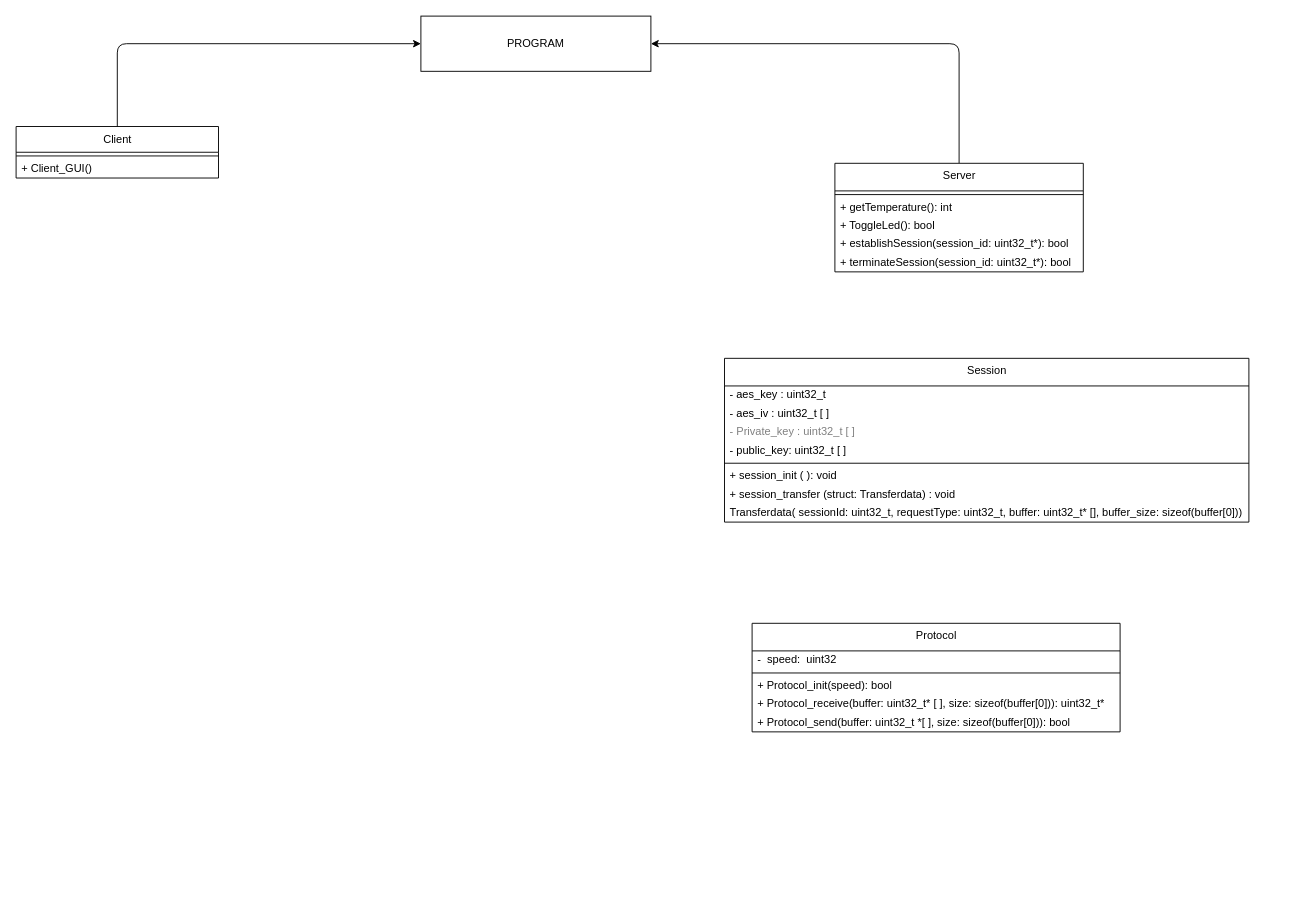
The draw.io diagram docs/diagram.drawio in nkkyviv/Security, before the edit. Source tidied: cells renumbered, new cells numbered last; positions are measured from the earlier drawing's top-left corner, leaving out a move shared by most shapes. Both pictures are drawn from the tidied source at 92%, with x=0, y=0 at pixel (16, 16).
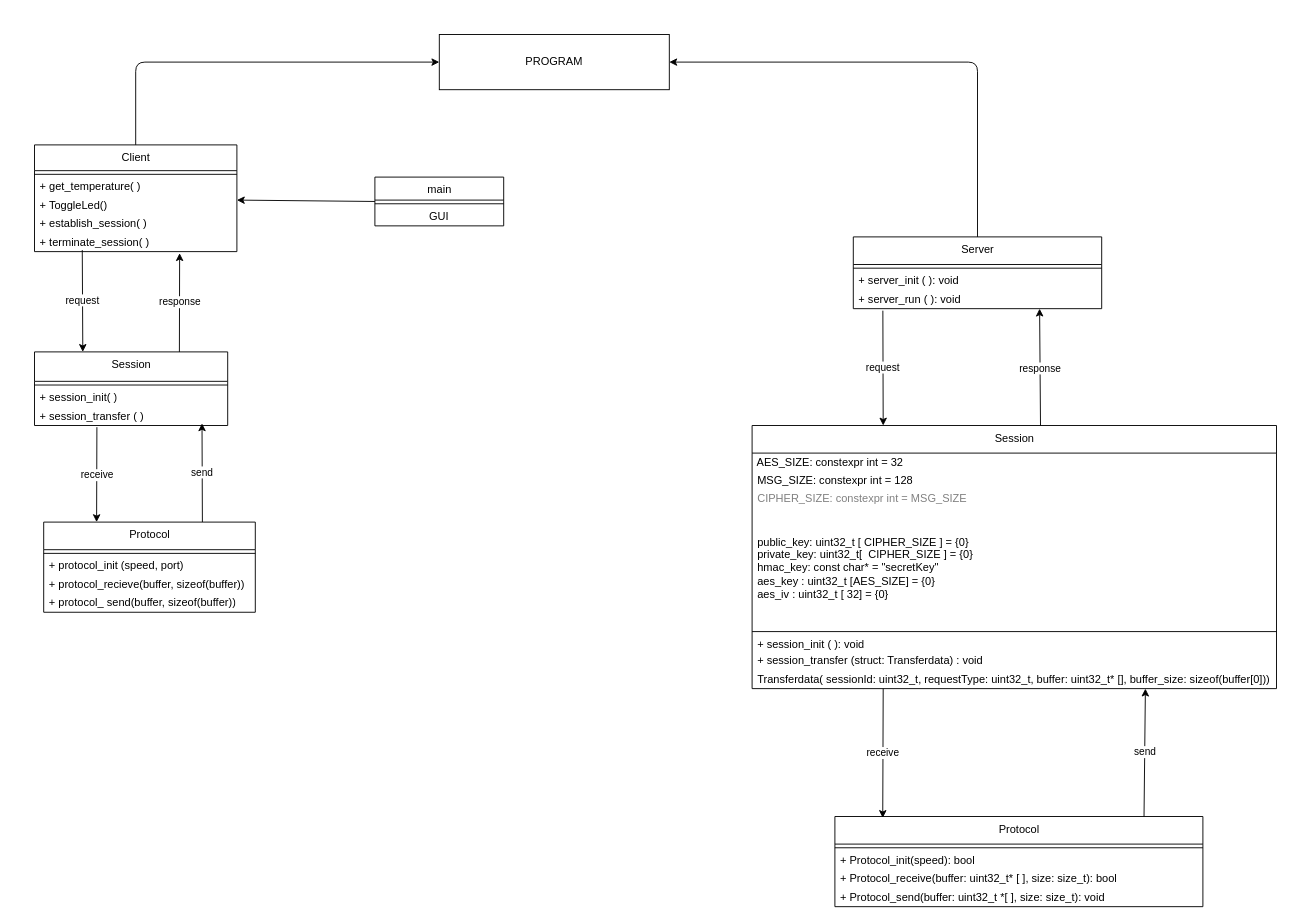
The same diagram, later.

Commit message:
completed my design and requirments

Change to the diagram source:
```diff
@@
+    <mxCell id="24" value="send" style="edgeStyle=none;html=1;exitX=0.75;exitY=0;exitDx=0;exitDy=0;entryX=0.867;entryY=0.884;entryDx=0;entryDy=0;entryPerimeter=0;" parent="1" edge="1">
+      <mxGeometry relative="1" as="geometry" />
+    </mxCell>
+    <mxCell id="25" value="request" style="edgeStyle=none;html=1;exitX=0.236;exitY=0.917;exitDx=0;exitDy=0;entryX=0.25;entryY=0;entryDx=0;entryDy=0;exitPerimeter=0;" parent="1" edge="1">
+      <mxGeometry relative="1" as="geometry" />
+    </mxCell>
+    <mxCell id="23" value="receive" style="edgeStyle=none;html=1;exitX=0.323;exitY=1.092;exitDx=0;exitDy=0;entryX=0.25;entryY=0;entryDx=0;entryDy=0;exitPerimeter=0;" parent="1" edge="1">
+      <mxGeometry relative="1" as="geometry" />
+    </mxCell>
+    <mxCell id="22" value="response" style="edgeStyle=none;html=1;exitX=0.75;exitY=0;exitDx=0;exitDy=0;entryX=0.717;entryY=1.084;entryDx=0;entryDy=0;entryPerimeter=0;" parent="1" edge="1">
+      <mxGeometry relative="1" as="geometry" />
+    </mxCell>
+    <mxCell id="29" value="Protocol" style="swimlane;fontStyle=0;align=center;verticalAlign=top;horizontal=1;startSize=30;html=1;" parent="1" vertex="1">
+      <mxGeometry x="890" y="870" width="400" height="98" as="geometry" />
+    </mxCell>
+    <mxCell id="30" style="line;strokeWidth=1;fillColor=none;align=left;verticalAlign=middle;spacingTop=-1;spacingLeft=3;spacingRight=3;labelPosition=right;" parent="29" vertex="1">
+      <mxGeometry y="30" width="400" height="8" as="geometry" />
+    </mxCell>
+    <mxCell id="12" value="+ Protocol_init(speed): bool" style="text;html=1;strokeColor=none;fillColor=none;align=left;verticalAlign=middle;spacingLeft=4;spacingRight=4;overflow=hidden;" parent="29" vertex="1">
+      <mxGeometry y="38" width="400" height="20" as="geometry" />
+    </mxCell>
+    <mxCell id="31" value="+ Protocol_receive(buffer: uint32_t* [ ], size: size_t): bool" style="text;html=1;strokeColor=none;fillColor=none;align=left;verticalAlign=middle;spacingLeft=4;spacingRight=4;overflow=hidden;" parent="29" vertex="1">
+      <mxGeometry y="58" width="400" height="20" as="geometry" />
+    </mxCell>
+    <mxCell id="32" value="+ Protocol_send(buffer: uint32_t *[ ], size: size_t): void" style="text;html=1;strokeColor=none;fillColor=none;align=left;verticalAlign=middle;spacingLeft=4;spacingRight=4;overflow=hidden;" parent="29" vertex="1">
+      <mxGeometry y="78" width="400" height="20" as="geometry" />
+    </mxCell>
     <mxCell id="2" style="edgeStyle=none;html=1;exitX=0.5;exitY=0;exitDx=0;exitDy=0;entryX=1;entryY=0.5;entryDx=0;entryDy=0;" parent="1" edge="1" source="3" target="15">
       <mxGeometry relative="1" as="geometry">
         <Array as="points">
-          <mxPoint x="1025" y="30" />
+          <mxPoint x="1045" y="50" />
         </Array>
       </mxGeometry>
     </mxCell>
+    <mxCell id="33" value="response" style="edgeStyle=none;html=1;exitX=0.55;exitY=0.006;exitDx=0;exitDy=0;entryX=0.75;entryY=1;entryDx=0;entryDy=0;exitPerimeter=0;" parent="1" edge="1" source="20" target="3">
+      <mxGeometry relative="1" as="geometry" />
+    </mxCell>
     <mxCell id="3" value="Server" style="swimlane;fontStyle=0;align=center;verticalAlign=top;horizontal=1;startSize=30;html=1;" parent="1" vertex="1">
-      <mxGeometry x="890" y="160" width="270" height="118" as="geometry" />
+      <mxGeometry x="910" y="240" width="270" height="78" as="geometry" />
     </mxCell>
@@
-    <mxCell id="5" value="+ getTemperature(): int" style="text;html=1;strokeColor=none;fillColor=none;align=left;verticalAlign=middle;spacingLeft=4;spacingRight=4;overflow=hidden;" parent="3" vertex="1">
-      <mxGeometry y="38" width="270" height="20" as="geometry" />
-    </mxCell>
-    <mxCell id="6" value="+ ToggleLed(): bool" style="text;html=1;strokeColor=none;fillColor=none;align=left;verticalAlign=middle;spacingLeft=4;spacingRight=4;overflow=hidden;" parent="3" vertex="1">
-      <mxGeometry y="58" width="270" height="20" as="geometry" />
-    </mxCell>
-    <mxCell id="7" value="+ establishSession(session_id: uint32_t*): bool" style="text;html=1;strokeColor=none;fillColor=none;align=left;verticalAlign=middle;spacingLeft=4;spacingRight=4;overflow=hidden;" parent="3" vertex="1">
-      <mxGeometry y="78" width="270" height="20" as="geometry" />
-    </mxCell>
-    <mxCell id="8" value="+ terminateSession(session_id: uint32_t*): bool" style="text;html=1;strokeColor=none;fillColor=none;align=left;verticalAlign=middle;spacingLeft=4;spacingRight=4;overflow=hidden;" parent="3" vertex="1">
-      <mxGeometry y="98" width="270" height="20" as="geometry" />
-    </mxCell>
-    <mxCell id="9" value="Protocol" style="swimlane;fontStyle=0;align=center;verticalAlign=top;horizontal=1;startSize=30;html=1;" parent="1" vertex="1">
-      <mxGeometry x="800" y="660" width="400" height="118" as="geometry" />
-    </mxCell>
-    <mxCell id="10" value="-&amp;nbsp; speed:&amp;nbsp; uint32" style="text;html=1;strokeColor=none;fillColor=none;align=left;verticalAlign=middle;spacingLeft=4;spacingRight=4;overflow=hidden;" parent="9" vertex="1">
-      <mxGeometry y="30" width="400" height="20" as="geometry" />
-    </mxCell>
-    <mxCell id="11" style="line;strokeWidth=1;fillColor=none;align=left;verticalAlign=middle;spacingTop=-1;spacingLeft=3;spacingRight=3;labelPosition=right;" parent="9" vertex="1">
-      <mxGeometry y="50" width="400" height="8" as="geometry" />
-    </mxCell>
-    <mxCell id="12" value="+ Protocol_init(speed): bool" style="text;html=1;strokeColor=none;fillColor=none;align=left;verticalAlign=middle;spacingLeft=4;spacingRight=4;overflow=hidden;" parent="9" vertex="1">
-      <mxGeometry y="58" width="400" height="20" as="geometry" />
-    </mxCell>
-    <mxCell id="13" value="+ Protocol_receive(buffer: uint32_t* [ ], size: sizeof(buffer[0])): uint32_t*" style="text;html=1;strokeColor=none;fillColor=none;align=left;verticalAlign=middle;spacingLeft=4;spacingRight=4;overflow=hidden;" parent="9" vertex="1">
-      <mxGeometry y="78" width="400" height="20" as="geometry" />
-    </mxCell>
-    <mxCell id="14" value="+ Protocol_send(buffer: uint32_t *[ ], size: sizeof(buffer[0])): bool" style="text;html=1;strokeColor=none;fillColor=none;align=left;verticalAlign=middle;spacingLeft=4;spacingRight=4;overflow=hidden;" parent="9" vertex="1">
-      <mxGeometry y="98" width="400" height="20" as="geometry" />
-    </mxCell>
-    <mxCell id="15" value="PROGRAM" style="rounded=0;whiteSpace=wrap;html=1;" parent="1" vertex="1">
-      <mxGeometry x="440" width="250" height="60" as="geometry" />
-    </mxCell>
+    <mxCell id="34" value="+ server_init ( ): void" style="text;html=1;strokeColor=none;fillColor=none;align=left;verticalAlign=middle;spacingLeft=4;spacingRight=4;overflow=hidden;" parent="3" vertex="1">
+      <mxGeometry y="38" width="270" height="20" as="geometry" />
+    </mxCell>
+    <mxCell id="35" value="+ server_run ( ): void" style="text;html=1;strokeColor=none;fillColor=none;align=left;verticalAlign=middle;spacingLeft=4;spacingRight=4;overflow=hidden;points=[[0,0.5],[1,0.5]];portConstraint=eastwest;" parent="3" vertex="1">
+      <mxGeometry y="58" width="270" height="20" as="geometry" />
+    </mxCell>
+    <mxCell id="19" style="edgeStyle=none;html=1;exitX=0.5;exitY=0;exitDx=0;exitDy=0;entryX=0;entryY=0.5;entryDx=0;entryDy=0;" parent="1" edge="1" source="16" target="15">
+      <mxGeometry relative="1" as="geometry">
+        <Array as="points">
+          <mxPoint x="130" y="50" />
+        </Array>
+      </mxGeometry>
+    </mxCell>
     <mxCell id="16" value="Client" style="swimlane;fontStyle=0;align=center;verticalAlign=top;horizontal=1;startSize=28;html=1;" parent="1" vertex="1">
-      <mxGeometry y="120" width="220" height="56" as="geometry" />
+      <mxGeometry x="20" y="140" width="220" height="116" as="geometry" />
     </mxCell>
@@
-    <mxCell id="18" value="+ Client_GUI()" style="text;html=1;strokeColor=none;fillColor=none;align=left;verticalAlign=middle;spacingLeft=4;spacingRight=4;overflow=hidden;" parent="16" vertex="1">
-      <mxGeometry y="36" width="220" height="20" as="geometry" />
-    </mxCell>
-    <mxCell id="19" style="edgeStyle=none;html=1;exitX=0.5;exitY=0;exitDx=0;exitDy=0;entryX=0;entryY=0.5;entryDx=0;entryDy=0;" parent="1" edge="1" source="16" target="15">
-      <mxGeometry relative="1" as="geometry">
-        <Array as="points">
-          <mxPoint x="110" y="30" />
-        </Array>
-      </mxGeometry>
-    </mxCell>
+    <mxCell id="36" value="+ get_temperature( )" style="text;html=1;strokeColor=none;fillColor=none;align=left;verticalAlign=middle;spacingLeft=4;spacingRight=4;overflow=hidden;" parent="16" vertex="1">
+      <mxGeometry y="36" width="220" height="20" as="geometry" />
+    </mxCell>
+    <mxCell id="37" value="+ ToggleLed()" style="text;html=1;strokeColor=none;fillColor=none;align=left;verticalAlign=middle;spacingLeft=4;spacingRight=4;overflow=hidden;" parent="16" vertex="1">
+      <mxGeometry y="56" width="220" height="20" as="geometry" />
+    </mxCell>
+    <mxCell id="38" value="+ establish_session( )" style="text;html=1;strokeColor=none;fillColor=none;align=left;verticalAlign=middle;spacingLeft=4;spacingRight=4;overflow=hidden;" parent="16" vertex="1">
+      <mxGeometry y="76" width="220" height="20" as="geometry" />
+    </mxCell>
+    <mxCell id="39" value="+ terminate_session( )" style="text;html=1;strokeColor=none;fillColor=none;align=left;verticalAlign=middle;spacingLeft=4;spacingRight=4;overflow=hidden;points=[[0,0.5],[1,0.5]];portConstraint=eastwest;" parent="16" vertex="1">
+      <mxGeometry y="96" width="220" height="20" as="geometry" />
+    </mxCell>
+    <mxCell id="15" value="PROGRAM" style="rounded=0;whiteSpace=wrap;html=1;" parent="1" vertex="1">
+      <mxGeometry x="460" y="20" width="250" height="60" as="geometry" />
+    </mxCell>
+    <mxCell id="40" value="response" style="edgeStyle=none;html=1;exitX=0.75;exitY=0;exitDx=0;exitDy=0;entryX=0.717;entryY=1.084;entryDx=0;entryDy=0;entryPerimeter=0;" parent="1" edge="1" source="41" target="39">
+      <mxGeometry relative="1" as="geometry" />
+    </mxCell>
+    <mxCell id="41" value="Session" style="swimlane;fontStyle=0;align=center;verticalAlign=top;horizontal=1;startSize=32;html=1;" parent="1" vertex="1">
+      <mxGeometry x="20" y="365" width="210" height="80" as="geometry" />
+    </mxCell>
+    <mxCell id="42" style="line;strokeWidth=1;fillColor=none;align=left;verticalAlign=middle;spacingTop=-1;spacingLeft=3;spacingRight=3;labelPosition=right;" parent="41" vertex="1">
+      <mxGeometry y="32" width="210" height="8" as="geometry" />
+    </mxCell>
+    <mxCell id="43" value="+ session_init( )" style="text;html=1;strokeColor=none;fillColor=none;align=left;verticalAlign=middle;spacingLeft=4;spacingRight=4;overflow=hidden;" parent="41" vertex="1">
+      <mxGeometry y="40" width="210" height="20" as="geometry" />
+    </mxCell>
+    <mxCell id="44" value="+ session_transfer ( )" style="text;html=1;strokeColor=none;fillColor=none;align=left;verticalAlign=middle;spacingLeft=4;spacingRight=4;overflow=hidden;points=[[0,0.5],[1,0.5]];portConstraint=eastwest;" parent="41" vertex="1">
+      <mxGeometry y="60" width="210" height="20" as="geometry" />
+    </mxCell>
+    <mxCell id="45" value="send" style="edgeStyle=none;html=1;exitX=0.75;exitY=0;exitDx=0;exitDy=0;entryX=0.867;entryY=0.884;entryDx=0;entryDy=0;entryPerimeter=0;" parent="1" edge="1" source="46" target="44">
+      <mxGeometry relative="1" as="geometry" />
+    </mxCell>
+    <mxCell id="46" value="Protocol" style="swimlane;fontStyle=0;align=center;verticalAlign=top;horizontal=1;startSize=30;html=1;" parent="1" vertex="1">
+      <mxGeometry x="30" y="550" width="230" height="98" as="geometry" />
+    </mxCell>
+    <mxCell id="47" style="line;strokeWidth=1;fillColor=none;align=left;verticalAlign=middle;spacingTop=-1;spacingLeft=3;spacingRight=3;labelPosition=right;" parent="46" vertex="1">
+      <mxGeometry y="30" width="230" height="8" as="geometry" />
+    </mxCell>
+    <mxCell id="48" value="+ protocol_init (speed, port)" style="text;html=1;strokeColor=none;fillColor=none;align=left;verticalAlign=middle;spacingLeft=4;spacingRight=4;overflow=hidden;" parent="46" vertex="1">
+      <mxGeometry y="38" width="230" height="20" as="geometry" />
+    </mxCell>
+    <mxCell id="49" value="+ protocol_recieve(buffer, sizeof(buffer))" style="text;html=1;strokeColor=none;fillColor=none;align=left;verticalAlign=middle;spacingLeft=4;spacingRight=4;overflow=hidden;" parent="46" vertex="1">
+      <mxGeometry y="58" width="230" height="20" as="geometry" />
+    </mxCell>
+    <mxCell id="50" value="+ protocol_ send(buffer, sizeof(buffer))" style="text;html=1;strokeColor=none;fillColor=none;align=left;verticalAlign=middle;spacingLeft=4;spacingRight=4;overflow=hidden;" parent="46" vertex="1">
+      <mxGeometry y="78" width="230" height="20" as="geometry" />
+    </mxCell>
+    <mxCell id="51" value="receive" style="edgeStyle=none;html=1;exitX=0.25;exitY=1;exitDx=0;exitDy=0;entryX=0.13;entryY=0.016;entryDx=0;entryDy=0;entryPerimeter=0;" parent="1" edge="1" source="20" target="29">
+      <mxGeometry relative="1" as="geometry" />
+    </mxCell>
+    <mxCell id="52" value="send" style="edgeStyle=none;html=1;exitX=0.84;exitY=0.002;exitDx=0;exitDy=0;entryX=0.75;entryY=1;entryDx=0;entryDy=0;exitPerimeter=0;" parent="1" edge="1" source="29" target="20">
+      <mxGeometry relative="1" as="geometry" />
+    </mxCell>
     <mxCell id="20" value="Session" style="swimlane;fontStyle=0;align=center;verticalAlign=top;horizontal=1;startSize=30;html=1;" parent="1" vertex="1">
-      <mxGeometry x="770" y="372" width="570" height="178" as="geometry" />
+      <mxGeometry x="800" y="445" width="570" height="286" as="geometry" />
     </mxCell>
-    <mxCell id="21" value="- aes_key : uint32_t&amp;nbsp; &amp;nbsp; &amp;nbsp; &amp;nbsp; &amp;nbsp; &amp;nbsp; &amp;nbsp; &amp;nbsp; &amp;nbsp; &amp;nbsp; &amp;nbsp; &amp;nbsp; &amp;nbsp; &amp;nbsp; &amp;nbsp; &amp;nbsp; &amp;nbsp; &amp;nbsp; &amp;nbsp; &amp;nbsp; &amp;nbsp; &amp;nbsp; &amp;nbsp; &amp;nbsp; &amp;nbsp; &amp;nbsp; &amp;nbsp; &amp;nbsp; &amp;nbsp; &amp;nbsp; &amp;nbsp; &amp;nbsp; &amp;nbsp; &amp;nbsp; &amp;nbsp; &amp;nbsp; &amp;nbsp; &amp;nbsp; &amp;nbsp; &amp;nbsp; &amp;nbsp; &amp;nbsp; &amp;nbsp; &amp;nbsp; &amp;nbsp; &amp;nbsp; &amp;nbsp; &amp;nbsp; &amp;nbsp; &amp;nbsp; &amp;nbsp; &amp;nbsp; &amp;nbsp; &amp;nbsp; &amp;nbsp; &amp;nbsp; &amp;nbsp; &amp;nbsp; &amp;nbsp; &amp;nbsp; &amp;nbsp; &amp;nbsp; &amp;nbsp; &amp;nbsp; &amp;nbsp; &amp;nbsp; &amp;nbsp; &amp;nbsp;&amp;nbsp;" style="text;html=1;strokeColor=none;fillColor=none;align=center;verticalAlign=middle;spacingLeft=4;spacingRight=4;overflow=hidden;" parent="20" vertex="1">
-      <mxGeometry y="30" width="570" height="20" as="geometry" />
-    </mxCell>
-    <mxCell id="22" value="- aes_iv : uint32_t [ ]" style="text;html=1;strokeColor=none;fillColor=none;align=left;verticalAlign=middle;spacingLeft=4;spacingRight=4;overflow=hidden;" parent="20" vertex="1">
-      <mxGeometry y="50" width="570" height="20" as="geometry" />
-    </mxCell>
-    <mxCell id="23" value="- Private_key : uint32_t [ ]" style="text;html=1;strokeColor=none;fillColor=none;align=left;verticalAlign=middle;spacingLeft=4;spacingRight=4;overflow=hidden;fontColor=#808080;" parent="20" vertex="1">
-      <mxGeometry y="70" width="570" height="20" as="geometry" />
-    </mxCell>
-    <mxCell id="24" value="- public_key: uint32_t [ ]" style="text;html=1;strokeColor=none;fillColor=none;align=left;verticalAlign=middle;spacingLeft=4;spacingRight=4;overflow=hidden;" parent="20" vertex="1">
-      <mxGeometry y="90" width="570" height="20" as="geometry" />
-    </mxCell>
-    <mxCell id="25" style="line;strokeWidth=1;fillColor=none;align=left;verticalAlign=middle;spacingTop=-1;spacingLeft=3;spacingRight=3;labelPosition=right;" parent="20" vertex="1">
-      <mxGeometry y="110" width="570" height="8" as="geometry" />
-    </mxCell>
+    <mxCell id="53" value="AES_SIZE: constexpr int = 32&amp;nbsp; &amp;nbsp; &amp;nbsp; &amp;nbsp; &amp;nbsp; &amp;nbsp; &amp;nbsp; &amp;nbsp; &amp;nbsp; &amp;nbsp; &amp;nbsp; &amp;nbsp; &amp;nbsp; &amp;nbsp; &amp;nbsp; &amp;nbsp; &amp;nbsp; &amp;nbsp; &amp;nbsp; &amp;nbsp; &amp;nbsp; &amp;nbsp; &amp;nbsp; &amp;nbsp; &amp;nbsp; &amp;nbsp; &amp;nbsp; &amp;nbsp; &amp;nbsp; &amp;nbsp; &amp;nbsp; &amp;nbsp; &amp;nbsp; &amp;nbsp; &amp;nbsp; &amp;nbsp; &amp;nbsp; &amp;nbsp; &amp;nbsp; &amp;nbsp; &amp;nbsp; &amp;nbsp; &amp;nbsp; &amp;nbsp; &amp;nbsp; &amp;nbsp; &amp;nbsp; &amp;nbsp; &amp;nbsp; &amp;nbsp; &amp;nbsp; &amp;nbsp; &amp;nbsp; &amp;nbsp; &amp;nbsp; &amp;nbsp; &amp;nbsp; &amp;nbsp; &amp;nbsp; &amp;nbsp;&amp;nbsp;" style="text;html=1;strokeColor=none;fillColor=none;align=center;verticalAlign=middle;spacingLeft=4;spacingRight=4;overflow=hidden;" parent="20" vertex="1">
+      <mxGeometry y="30" width="570" height="20" as="geometry" />
+    </mxCell>
+    <mxCell id="54" value="MSG_SIZE: constexpr int = 128" style="text;html=1;strokeColor=none;fillColor=none;align=left;verticalAlign=middle;spacingLeft=4;spacingRight=4;overflow=hidden;" parent="20" vertex="1">
+      <mxGeometry y="50" width="570" height="20" as="geometry" />
+    </mxCell>
+    <mxCell id="55" value="CIPHER_SIZE: constexpr int = MSG_SIZE" style="text;html=1;strokeColor=none;fillColor=none;align=left;verticalAlign=middle;spacingLeft=4;spacingRight=4;overflow=hidden;fontColor=#808080;" parent="20" vertex="1">
+      <mxGeometry y="70" width="570" height="20" as="geometry" />
+    </mxCell>
+    <mxCell id="56" value="public_key: uint32_t [ CIPHER_SIZE ] = {0}&lt;br&gt;private_key: uint32_t[&amp;nbsp; CIPHER_SIZE ] = {0}&lt;br&gt;hmac_key: const char* = &quot;secretKey&quot;&lt;br&gt;&lt;span style=&quot;text-align: center;&quot;&gt;aes_key : uint32_t [AES_SIZE] = {0}&lt;br&gt;&lt;/span&gt;aes_iv : uint32_t [ 32] = {0}&lt;span style=&quot;text-align: center;&quot;&gt;&amp;nbsp; &amp;nbsp; &amp;nbsp; &amp;nbsp; &amp;nbsp; &amp;nbsp; &amp;nbsp; &amp;nbsp; &amp;nbsp; &amp;nbsp; &amp;nbsp; &amp;nbsp; &amp;nbsp; &amp;nbsp; &amp;nbsp; &amp;nbsp; &amp;nbsp; &amp;nbsp; &amp;nbsp; &amp;nbsp; &amp;nbsp; &amp;nbsp; &amp;nbsp; &amp;nbsp; &amp;nbsp; &amp;nbsp; &amp;nbsp; &amp;nbsp; &amp;nbsp; &amp;nbsp; &amp;nbsp; &amp;nbsp; &amp;nbsp; &amp;nbsp; &amp;nbsp; &amp;nbsp; &amp;nbsp; &amp;nbsp; &amp;nbsp; &amp;nbsp; &amp;nbsp; &amp;nbsp; &amp;nbsp; &amp;nbsp; &amp;nbsp; &amp;nbsp; &amp;nbsp; &amp;nbsp; &amp;nbsp; &amp;nbsp; &amp;nbsp; &amp;nbsp; &amp;nbsp; &amp;nbsp; &amp;nbsp; &amp;nbsp; &amp;nbsp; &amp;nbsp; &amp;nbsp; &amp;nbsp; &amp;nbsp; &amp;nbsp; &amp;nbsp; &amp;nbsp; &amp;nbsp; &amp;nbsp; &amp;nbsp; &amp;nbsp;&amp;nbsp;&lt;/span&gt;" style="text;html=1;strokeColor=none;fillColor=none;align=left;verticalAlign=middle;spacingLeft=4;spacingRight=4;overflow=hidden;" parent="20" vertex="1">
+      <mxGeometry y="90" width="570" height="130" as="geometry" />
+    </mxCell>
+    <mxCell id="57" style="line;strokeWidth=1;fillColor=none;align=left;verticalAlign=middle;spacingTop=-1;spacingLeft=3;spacingRight=3;labelPosition=right;" parent="20" vertex="1">
+      <mxGeometry y="220" width="570" height="8" as="geometry" />
+    </mxCell>
     <mxCell id="26" value="+ session_init ( ): void" style="text;html=1;strokeColor=none;fillColor=none;align=left;verticalAlign=middle;spacingLeft=4;spacingRight=4;overflow=hidden;" parent="20" vertex="1">
-      <mxGeometry y="118" width="570" height="20" as="geometry" />
+      <mxGeometry y="228" width="570" height="18" as="geometry" />
     </mxCell>
     <mxCell id="27" value="+ session_transfer (struct: Transferdata) : void" style="text;html=1;strokeColor=none;fillColor=none;align=left;verticalAlign=middle;spacingLeft=4;spacingRight=4;overflow=hidden;" parent="20" vertex="1">
-      <mxGeometry y="138" width="570" height="20" as="geometry" />
+      <mxGeometry y="246" width="570" height="20" as="geometry" />
     </mxCell>
     <mxCell id="28" value="Transferdata( sessionId: uint32_t, requestType: uint32_t, buffer: uint32_t* [], buffer_size: sizeof(buffer[0]))" style="text;html=1;strokeColor=none;fillColor=none;align=left;verticalAlign=middle;spacingLeft=4;spacingRight=4;overflow=hidden;" parent="20" vertex="1">
-      <mxGeometry y="158" width="570" height="20" as="geometry" />
+      <mxGeometry y="266" width="570" height="20" as="geometry" />
     </mxCell>
+    <mxCell id="58" value="request" style="edgeStyle=none;html=1;exitX=0.119;exitY=1.109;exitDx=0;exitDy=0;entryX=0.25;entryY=0;entryDx=0;entryDy=0;exitPerimeter=0;" parent="1" edge="1" source="35" target="20">
+      <mxGeometry relative="1" as="geometry" />
+    </mxCell>
+    <mxCell id="59" style="edgeStyle=none;html=1;exitX=0;exitY=0.5;exitDx=0;exitDy=0;" parent="1" edge="1" source="60">
+      <mxGeometry relative="1" as="geometry">
+        <mxPoint x="240" y="200" as="targetPoint" />
+      </mxGeometry>
+    </mxCell>
+    <mxCell id="60" value="main" style="swimlane;fontStyle=0;align=center;verticalAlign=top;horizontal=1;startSize=25;html=1;" parent="1" vertex="1">
+      <mxGeometry x="390" y="175" width="140" height="53" as="geometry" />
+    </mxCell>
+    <mxCell id="61" style="line;strokeWidth=1;fillColor=none;align=left;verticalAlign=middle;spacingTop=-1;spacingLeft=3;spacingRight=3;labelPosition=right;" parent="60" vertex="1">
+      <mxGeometry y="25" width="140" height="8" as="geometry" />
+    </mxCell>
+    <mxCell id="62" value="GUI" style="text;html=1;strokeColor=none;fillColor=none;align=center;verticalAlign=middle;spacingLeft=4;spacingRight=4;overflow=hidden;" parent="60" vertex="1">
+      <mxGeometry y="33" width="140" height="20" as="geometry" />
+    </mxCell>
+    <mxCell id="63" value="request" style="edgeStyle=none;html=1;exitX=0.236;exitY=0.917;exitDx=0;exitDy=0;entryX=0.25;entryY=0;entryDx=0;entryDy=0;exitPerimeter=0;" parent="1" edge="1" source="39" target="41">
+      <mxGeometry relative="1" as="geometry" />
+    </mxCell>
+    <mxCell id="64" value="receive" style="edgeStyle=none;html=1;exitX=0.323;exitY=1.092;exitDx=0;exitDy=0;entryX=0.25;entryY=0;entryDx=0;entryDy=0;exitPerimeter=0;" parent="1" edge="1" source="44" target="46">
+      <mxGeometry relative="1" as="geometry" />
+    </mxCell>
```
